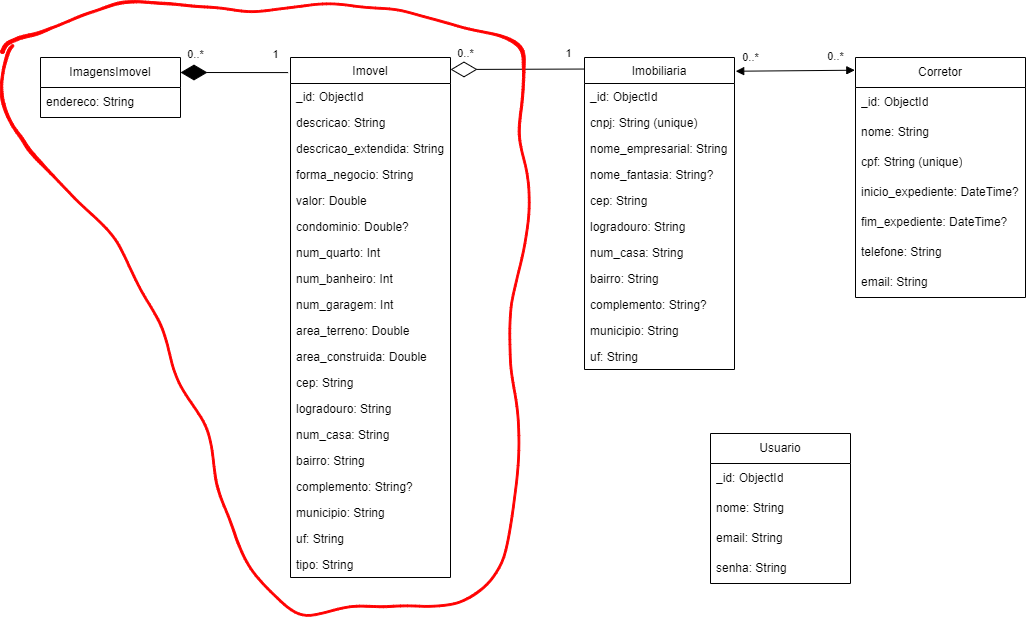
The draw.io diagram docs/NoAM.png in FatecFranca/DSM-G07-PI3-2024-1, before a commit. Source tidied: cells renumbered, new cells last; positions are measured from the earlier drawing's top-left corner, leaving out a move shared by most shapes.
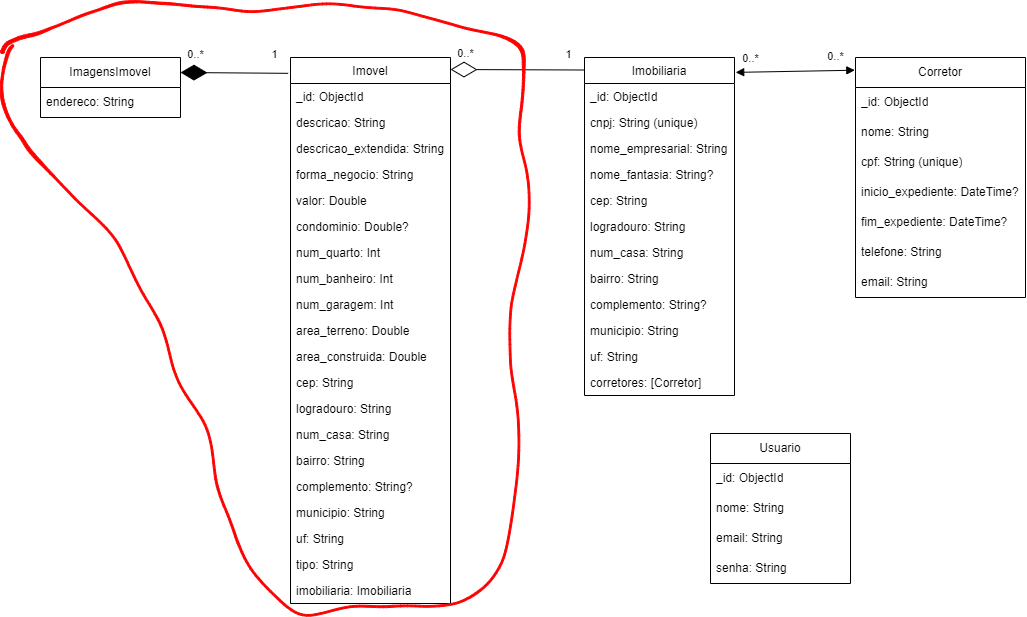
The same file after the commit.

Commit message:
Ajustes diagrama NoAM

Diff of the diagram source:
```diff
@@ -3,7 +3,7 @@
     <mxCell id="0" />
     <mxCell id="1" parent="0" />
     <mxCell id="2" value="Imovel" style="swimlane;fontStyle=0;horizontal=1;startSize=26;fillColor=none;" parent="1" vertex="1">
-      <mxGeometry x="290" y="57" width="160" height="520" as="geometry" />
+      <mxGeometry x="290" y="57" width="160" height="546" as="geometry" />
     </mxCell>
     <mxCell id="3" value="_id: ObjectId" style="text;strokeColor=none;fillColor=none;align=left;verticalAlign=top;spacingLeft=4;spacingRight=4;overflow=hidden;" parent="2" vertex="1">
       <mxGeometry y="26" width="160" height="26" as="geometry" />
@@ -62,6 +62,9 @@
     <mxCell id="21" value="tipo: String&#10;" style="text;strokeColor=none;fillColor=none;align=left;verticalAlign=top;spacingLeft=4;spacingRight=4;overflow=hidden;" parent="2" vertex="1">
       <mxGeometry y="494" width="160" height="26" as="geometry" />
     </mxCell>
+    <mxCell id="59" value="imobiliaria: Imobiliaria&#10;" style="text;strokeColor=none;fillColor=none;align=left;verticalAlign=top;spacingLeft=4;spacingRight=4;overflow=hidden;" parent="2" vertex="1">
+      <mxGeometry y="520" width="160" height="26" as="geometry" />
+    </mxCell>
     <mxCell id="22" value="ImagensImovel" style="swimlane;fontStyle=0;horizontal=1;startSize=30;whiteSpace=wrap;html=1;fillColor=none;" parent="1" vertex="1">
       <mxGeometry x="40" y="57" width="140" height="60" as="geometry" />
     </mxCell>
@@ -69,7 +72,7 @@
       <mxGeometry y="30" width="140" height="30" as="geometry" />
     </mxCell>
     <mxCell id="24" value="Imobiliaria" style="swimlane;fontStyle=0;horizontal=1;startSize=26;fillColor=none;" parent="1" vertex="1">
-      <mxGeometry x="584" y="57" width="150" height="312" as="geometry" />
+      <mxGeometry x="584" y="57" width="150" height="338" as="geometry" />
     </mxCell>
     <mxCell id="25" value="_id: ObjectId" style="text;strokeColor=none;fillColor=none;align=left;verticalAlign=top;spacingLeft=4;spacingRight=4;overflow=hidden;" parent="24" vertex="1">
       <mxGeometry y="26" width="150" height="26" as="geometry" />
@@ -104,6 +107,9 @@
     <mxCell id="35" value="uf: String" style="text;strokeColor=none;fillColor=none;align=left;verticalAlign=top;spacingLeft=4;spacingRight=4;overflow=hidden;" parent="24" vertex="1">
       <mxGeometry y="286" width="150" height="26" as="geometry" />
     </mxCell>
+    <mxCell id="60" value="corretores: [Corretor]" style="text;strokeColor=none;fillColor=none;align=left;verticalAlign=top;spacingLeft=4;spacingRight=4;overflow=hidden;" parent="24" vertex="1">
+      <mxGeometry y="312" width="150" height="26" as="geometry" />
+    </mxCell>
     <mxCell id="36" value="Corretor" style="swimlane;fontStyle=0;horizontal=1;startSize=30;whiteSpace=wrap;html=1;fillColor=none;" parent="1" vertex="1">
       <mxGeometry x="855" y="57" width="170" height="240" as="geometry" />
     </mxCell>
```
